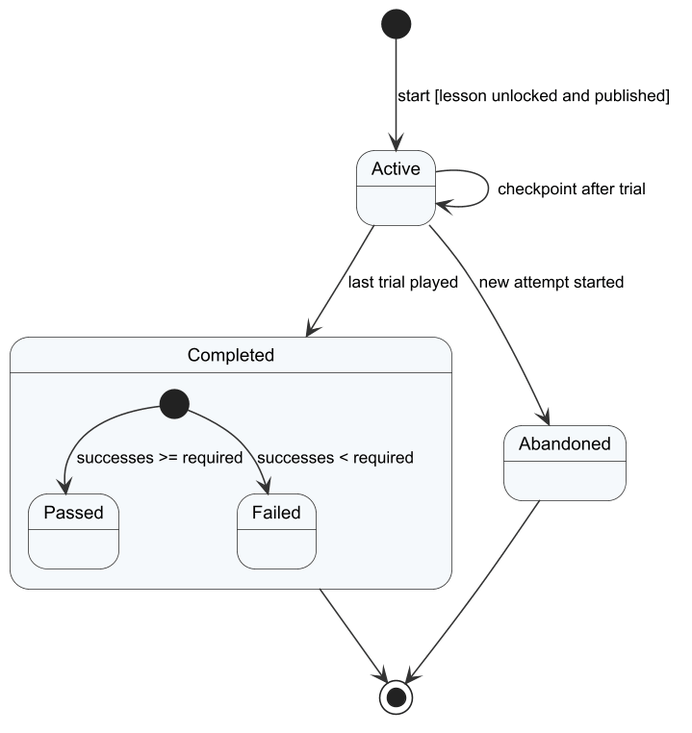
Earlier version of the PlantUML export Doc/Project_report/Report/diagrams/png/r4_sm_training.png (Tad-Min/PickleVerse). The source it was exported from:
```plantuml
@startuml r4_sm_training
!include _style.iuml
[*] --> Active : start [lesson unlocked and published]
Active --> Active : checkpoint after trial
Active --> Abandoned : new attempt started
Active --> Completed : last trial played
state Completed {
  [*] --> Passed : successes >= required
  [*] --> Failed : successes < required
}
Completed --> [*]
Abandoned --> [*]
@enduml
```
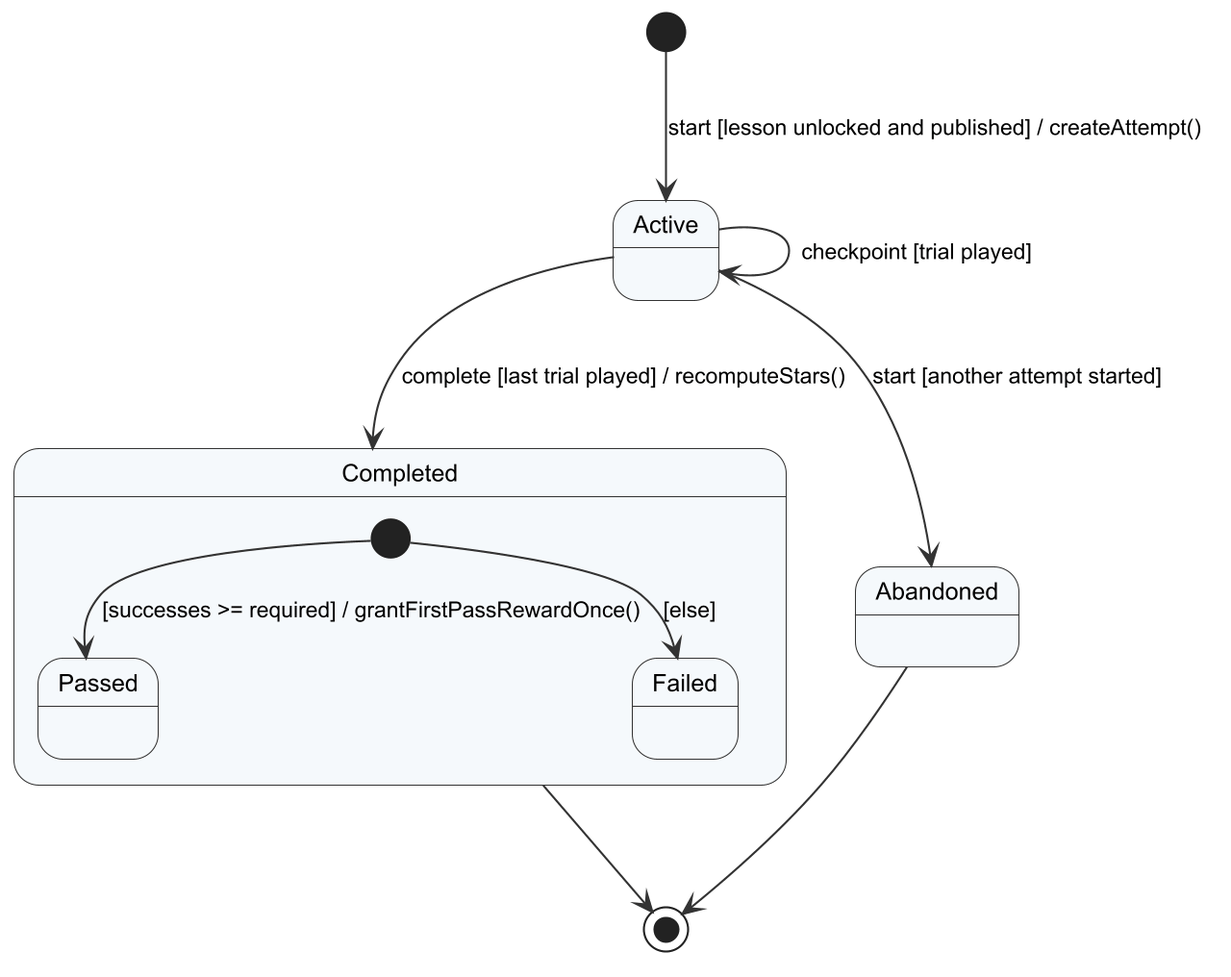
Above is the later version.

What changed in the source:
```diff
@@ -1,12 +1,12 @@
 @startuml r4_sm_training
 !include _style.iuml
-[*] --> Active : start [lesson unlocked and published]
-Active --> Active : checkpoint after trial
-Active --> Abandoned : new attempt started
-Active --> Completed : last trial played
+[*] --> Active : start [lesson unlocked and published] / createAttempt()
+Active --> Active : checkpoint [trial played]
+Active --> Abandoned : start [another attempt started]
+Active --> Completed : complete [last trial played] / recomputeStars()
 state Completed {
-  [*] --> Passed : successes >= required
-  [*] --> Failed : successes < required
+  [*] --> Passed : [successes >= required] / grantFirstPassRewardOnce()
+  [*] --> Failed : [else]
 }
 Completed --> [*]
 Abandoned --> [*]
```
